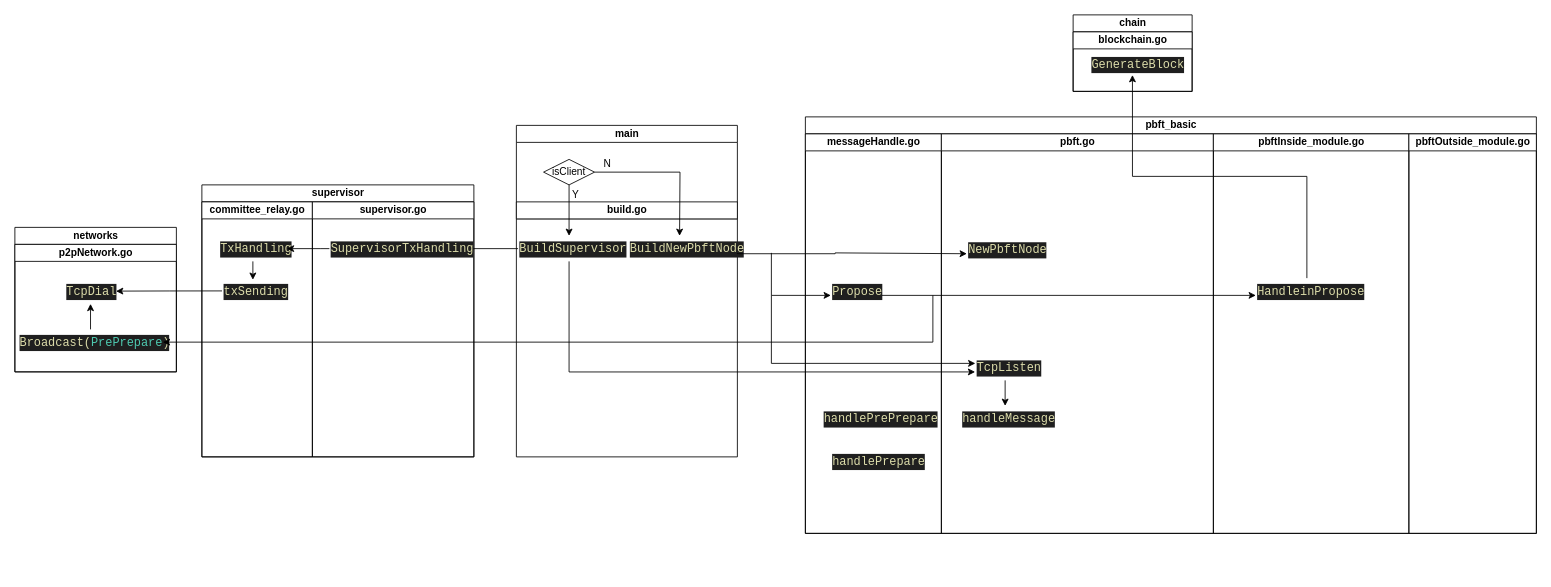
Above: page "第 2 页" (2 of 2) of consensus_shard/pbft_basic/未命名绘图.drawio in liaoliao365/block-emulator (draw.io), before the change. Source tidied: cells renumbered, new cells numbered last; positions are measured from the earlier drawing's top-left corner, leaving out a move shared by most shapes. Both pictures are drawn from the tidied source at 85%, with x=0, y=0 at pixel (14, 14).
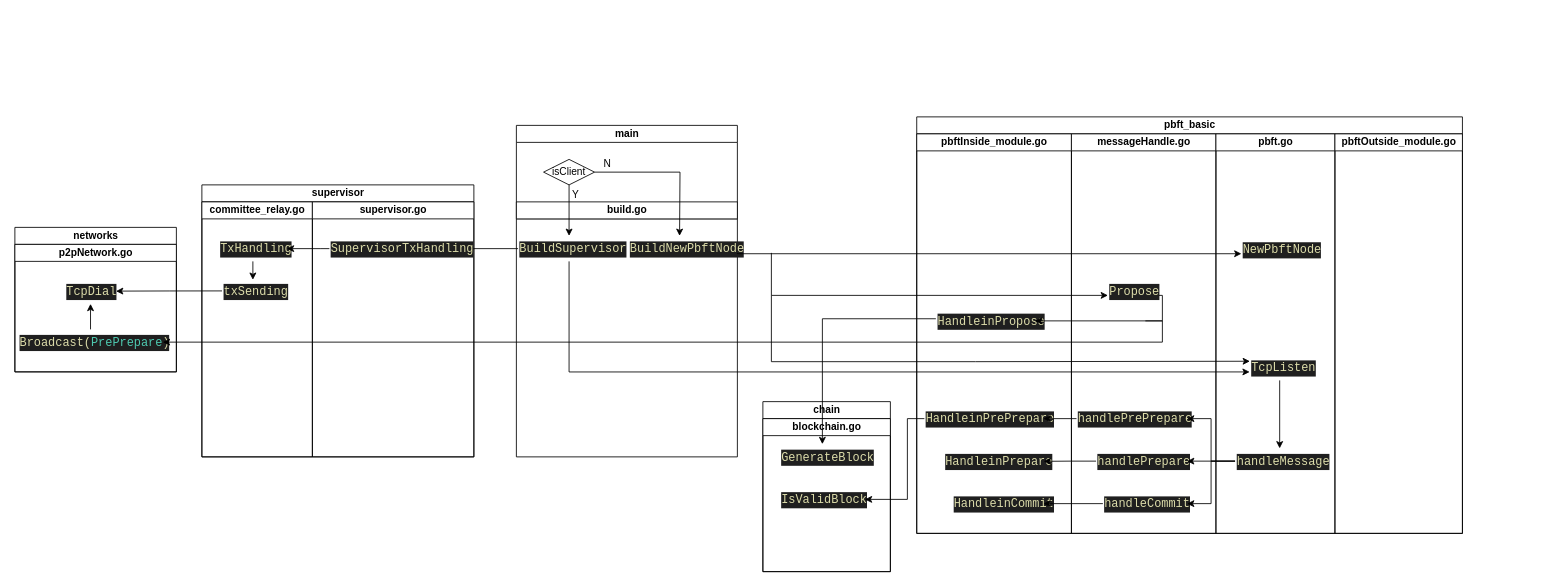
After the change.

Commit message:
更新未命名绘图.drawio

The change refers to these unchanged cells:
```xml
<mxCell id="18" value="&lt;div style=&quot;color: #cccccc;background-color: #1f1f1f;font-family: Consolas, 'Courier New', monospace;font-weight: normal;font-size: 14px;line-height: 19px;white-space: pre;&quot;&gt;&lt;div&gt;&lt;span style=&quot;color: #dcdcaa;&quot;&gt;NewPbftNode&lt;/span&gt;&lt;/div&gt;&lt;/div&gt;" style="text;whiteSpace=wrap;html=1;" parent="17" vertex="1">
  <mxGeometry x="30" y="121" width="120" height="40" as="geometry" />
</mxCell>
<mxCell id="20" value="&lt;div style=&quot;color: #cccccc;background-color: #1f1f1f;font-family: Consolas, 'Courier New', monospace;font-weight: normal;font-size: 14px;line-height: 19px;white-space: pre;&quot;&gt;&lt;div&gt;&lt;span style=&quot;color: #dcdcaa;&quot;&gt;TcpListen&lt;/span&gt;&lt;/div&gt;&lt;/div&gt;" style="text;whiteSpace=wrap;html=1;" parent="17" vertex="1">
  <mxGeometry x="40" y="260" width="70" height="30" as="geometry" />
</mxCell>
<mxCell id="47" value="&lt;div style=&quot;color: #cccccc;background-color: #1f1f1f;font-family: Consolas, 'Courier New', monospace;font-weight: normal;font-size: 14px;line-height: 19px;white-space: pre;&quot;&gt;&lt;div&gt;&lt;span style=&quot;color: #dcdcaa;&quot;&gt;Broadcast(&lt;/span&gt;&lt;span style=&quot;color: rgb(78, 201, 176);&quot;&gt;PrePrepare&lt;/span&gt;&lt;span style=&quot;color: rgb(220, 220, 170);&quot;&gt;)&lt;/span&gt;&lt;/div&gt;&lt;/div&gt;" style="text;whiteSpace=wrap;html=1;" parent="44" vertex="1">
  <mxGeometry x="4" y="100" width="170" height="20" as="geometry" />
</mxCell>
```

Change to the diagram source:
```diff
@@
     <mxCell id="11" style="edgeStyle=orthogonalEdgeStyle;rounded=0;jettySize=auto;html=1;exitX=1;exitY=0.5;exitDx=0;exitDy=0;entryX=0;entryY=0.5;entryDx=0;entryDy=0;" parent="1" edge="1" target="18">
       <mxGeometry relative="1" as="geometry">
         <mxPoint x="850" y="280" as="sourcePoint" />
         <Array as="points">
           <mxPoint x="850" y="281" />
-          <mxPoint x="965" y="281" />
-          <mxPoint x="1080" y="280" />
         </Array>
       </mxGeometry>
     </mxCell>
     <mxCell id="12" value="pbft_basic" style="swimlane;startSize=20;html=1;" parent="1" vertex="1">
-      <mxGeometry x="930" y="120" width="860" height="490" as="geometry" />
+      <mxGeometry x="1061" y="120" width="642" height="490" as="geometry" />
     </mxCell>
+    <mxCell id="23" value="pbftInside_module.go" style="swimlane;startSize=20;html=1;" parent="12" vertex="1">
+      <mxGeometry y="20" width="182" height="470" as="geometry" />
+    </mxCell>
+    <mxCell id="24" value="&lt;div style=&quot;color: #cccccc;background-color: #1f1f1f;font-family: Consolas, 'Courier New', monospace;font-weight: normal;font-size: 14px;line-height: 19px;white-space: pre;&quot;&gt;&lt;div&gt;&lt;span style=&quot;color: #dcdcaa;&quot;&gt;HandleinPropose&lt;/span&gt;&lt;/div&gt;&lt;/div&gt;" style="text;whiteSpace=wrap;html=1;" parent="23" vertex="1">
+      <mxGeometry x="22.5" y="205" width="117.5" height="25" as="geometry" />
+    </mxCell>
+    <mxCell id="50" value="&lt;div style=&quot;color: #cccccc;background-color: #1f1f1f;font-family: Consolas, 'Courier New', monospace;font-weight: normal;font-size: 14px;line-height: 19px;white-space: pre;&quot;&gt;&lt;div&gt;&lt;span style=&quot;color: #dcdcaa;&quot;&gt;HandleinPrePrepare&lt;/span&gt;&lt;/div&gt;&lt;/div&gt;" style="text;whiteSpace=wrap;html=1;" parent="23" vertex="1">
+      <mxGeometry x="9" y="320" width="141" height="30" as="geometry" />
+    </mxCell>
+    <mxCell id="51" value="&lt;div style=&quot;color: #cccccc;background-color: #1f1f1f;font-family: Consolas, 'Courier New', monospace;font-weight: normal;font-size: 14px;line-height: 19px;white-space: pre;&quot;&gt;&lt;div&gt;&lt;span style=&quot;color: #dcdcaa;&quot;&gt;HandleinPrepare&lt;/span&gt;&lt;/div&gt;&lt;/div&gt;" style="text;whiteSpace=wrap;html=1;" parent="23" vertex="1">
+      <mxGeometry x="32" y="370" width="118" height="40" as="geometry" />
+    </mxCell>
+    <mxCell id="52" value="&lt;div style=&quot;color: #cccccc;background-color: #1f1f1f;font-family: Consolas, 'Courier New', monospace;font-weight: normal;font-size: 14px;line-height: 19px;white-space: pre;&quot;&gt;&lt;div&gt;&lt;span style=&quot;color: #dcdcaa;&quot;&gt;HandleinCommit&lt;/span&gt;&lt;/div&gt;&lt;/div&gt;" style="text;whiteSpace=wrap;html=1;" parent="23" vertex="1">
+      <mxGeometry x="42" y="420" width="108" height="40" as="geometry" />
+    </mxCell>
     <mxCell id="13" value="messageHandle.go" style="swimlane;startSize=20;html=1;" parent="12" vertex="1">
-      <mxGeometry y="20" width="160" height="470" as="geometry" />
+      <mxGeometry x="182" y="20" width="170" height="470" as="geometry" />
     </mxCell>
     <mxCell id="14" value="&lt;div style=&quot;color: #cccccc;background-color: #1f1f1f;font-family: Consolas, 'Courier New', monospace;font-weight: normal;font-size: 14px;line-height: 19px;white-space: pre;&quot;&gt;&lt;div&gt;&lt;span style=&quot;color: #dcdcaa;&quot;&gt;Propose&lt;/span&gt;&lt;/div&gt;&lt;/div&gt;" style="text;whiteSpace=wrap;html=1;" parent="13" vertex="1">
-      <mxGeometry x="30" y="170" width="60" height="40" as="geometry" />
+      <mxGeometry x="43" y="170" width="60" height="40" as="geometry" />
     </mxCell>
     <mxCell id="15" value="&lt;div style=&quot;color: #cccccc;background-color: #1f1f1f;font-family: Consolas, 'Courier New', monospace;font-weight: normal;font-size: 14px;line-height: 19px;white-space: pre;&quot;&gt;&lt;div&gt;&lt;span style=&quot;color: #dcdcaa;&quot;&gt;handlePrePrepare&lt;/span&gt;&lt;/div&gt;&lt;/div&gt;" style="text;whiteSpace=wrap;html=1;" parent="13" vertex="1">
-      <mxGeometry x="20" y="320" width="160" height="40" as="geometry" />
+      <mxGeometry x="6" y="320" width="130" height="30" as="geometry" />
     </mxCell>
     <mxCell id="16" value="&lt;div style=&quot;color: #cccccc;background-color: #1f1f1f;font-family: Consolas, 'Courier New', monospace;font-weight: normal;font-size: 14px;line-height: 19px;white-space: pre;&quot;&gt;&lt;div&gt;&lt;span style=&quot;color: #dcdcaa;&quot;&gt;handlePrepare&lt;/span&gt;&lt;/div&gt;&lt;/div&gt;" style="text;whiteSpace=wrap;html=1;" parent="13" vertex="1">
-      <mxGeometry x="30" y="370" width="130" height="40" as="geometry" />
+      <mxGeometry x="29" y="370" width="107" height="30" as="geometry" />
     </mxCell>
+    <mxCell id="53" value="&lt;div style=&quot;color: #cccccc;background-color: #1f1f1f;font-family: Consolas, 'Courier New', monospace;font-weight: normal;font-size: 14px;line-height: 19px;white-space: pre;&quot;&gt;&lt;div&gt;&lt;span style=&quot;color: #dcdcaa;&quot;&gt;handleCommit&lt;/span&gt;&lt;/div&gt;&lt;/div&gt;" style="text;whiteSpace=wrap;html=1;" parent="13" vertex="1">
+      <mxGeometry x="37" y="420" width="99" height="30" as="geometry" />
+    </mxCell>
     <mxCell id="17" value="pbft.go" style="swimlane;startSize=20;html=1;" parent="12" vertex="1">
-      <mxGeometry x="160" y="20" width="320" height="470" as="geometry" />
+      <mxGeometry x="352" y="20" width="140" height="470" as="geometry" />
     </mxCell>
@@
     <mxCell id="21" value="&lt;div style=&quot;color: #cccccc;background-color: #1f1f1f;font-family: Consolas, 'Courier New', monospace;font-weight: normal;font-size: 14px;line-height: 19px;white-space: pre;&quot;&gt;&lt;div&gt;&lt;span style=&quot;color: #dcdcaa;&quot;&gt;handleMessage&lt;/span&gt;&lt;/div&gt;&lt;/div&gt;" style="text;whiteSpace=wrap;html=1;" parent="17" vertex="1">
-      <mxGeometry x="22.5" y="320" width="105" height="30" as="geometry" />
+      <mxGeometry x="22.5" y="370" width="105" height="30" as="geometry" />
     </mxCell>
@@
-    <mxCell id="23" value="pbftInside_module.go" style="swimlane;startSize=20;html=1;" parent="12" vertex="1">
-      <mxGeometry x="480" y="20" width="230" height="470" as="geometry" />
-    </mxCell>
-    <mxCell id="24" value="&lt;div style=&quot;color: #cccccc;background-color: #1f1f1f;font-family: Consolas, 'Courier New', monospace;font-weight: normal;font-size: 14px;line-height: 19px;white-space: pre;&quot;&gt;&lt;div&gt;&lt;span style=&quot;color: #dcdcaa;&quot;&gt;HandleinPropose&lt;/span&gt;&lt;/div&gt;&lt;/div&gt;" style="text;whiteSpace=wrap;html=1;" parent="23" vertex="1">
-      <mxGeometry x="50" y="170" width="150" height="40" as="geometry" />
-    </mxCell>
     <mxCell id="25" value="pbftOutside_module.go" style="swimlane;startSize=20;html=1;" parent="12" vertex="1">
-      <mxGeometry x="710" y="20" width="150" height="470" as="geometry" />
+      <mxGeometry x="492" y="20" width="150" height="470" as="geometry" />
     </mxCell>
-    <mxCell id="26" style="edgeStyle=orthogonalEdgeStyle;rounded=0;jettySize=auto;html=1;exitX=1;exitY=0.5;exitDx=0;exitDy=0;entryX=0;entryY=0.5;entryDx=0;entryDy=0;" parent="12" edge="1" source="14" target="24">
-      <mxGeometry relative="1" as="geometry" />
+    <mxCell id="26" style="edgeStyle=orthogonalEdgeStyle;rounded=0;jettySize=auto;html=1;" parent="12" edge="1" source="14">
+      <mxGeometry relative="1" as="geometry">
+        <mxPoint x="139" y="240" as="targetPoint" />
+        <Array as="points">
+          <mxPoint x="289" y="210" />
+          <mxPoint x="289" y="240" />
+        </Array>
+      </mxGeometry>
     </mxCell>
+    <mxCell id="54" style="edgeStyle=orthogonalEdgeStyle;rounded=0;jettySize=auto;html=1;exitX=0;exitY=0.5;exitDx=0;exitDy=0;entryX=1;entryY=0.5;entryDx=0;entryDy=0;" parent="12" edge="1" source="21" target="15">
+      <mxGeometry relative="1" as="geometry" />
+    </mxCell>
+    <mxCell id="55" style="edgeStyle=orthogonalEdgeStyle;rounded=0;jettySize=auto;html=1;exitX=0;exitY=0.5;exitDx=0;exitDy=0;entryX=1;entryY=0.5;entryDx=0;entryDy=0;" parent="12" edge="1" source="21" target="16">
+      <mxGeometry relative="1" as="geometry" />
+    </mxCell>
+    <mxCell id="56" style="edgeStyle=orthogonalEdgeStyle;rounded=0;jettySize=auto;html=1;entryX=1;entryY=0.5;entryDx=0;entryDy=0;" parent="12" edge="1" source="21" target="53">
+      <mxGeometry relative="1" as="geometry" />
+    </mxCell>
+    <mxCell id="57" style="edgeStyle=orthogonalEdgeStyle;rounded=0;jettySize=auto;html=1;exitX=0;exitY=0.5;exitDx=0;exitDy=0;" parent="12" edge="1" source="15">
+      <mxGeometry relative="1" as="geometry">
+        <mxPoint x="149" y="355" as="targetPoint" />
+      </mxGeometry>
+    </mxCell>
+    <mxCell id="58" style="edgeStyle=orthogonalEdgeStyle;rounded=0;jettySize=auto;html=1;entryX=0.995;entryY=0.381;entryDx=0;entryDy=0;entryPerimeter=0;" parent="12" edge="1" source="16" target="51">
+      <mxGeometry relative="1" as="geometry" />
+    </mxCell>
+    <mxCell id="59" style="edgeStyle=orthogonalEdgeStyle;rounded=0;jettySize=auto;html=1;entryX=0.991;entryY=0.375;entryDx=0;entryDy=0;entryPerimeter=0;" parent="12" edge="1" source="53" target="52">
+      <mxGeometry relative="1" as="geometry" />
+    </mxCell>
@@
     <mxCell id="28" value="chain" style="swimlane;startSize=20;html=1;" parent="1" vertex="1">
-      <mxGeometry x="1245" width="140" height="90" as="geometry" />
+      <mxGeometry x="880" y="455" width="150" height="200" as="geometry" />
     </mxCell>
     <mxCell id="29" value="blockchain.go" style="swimlane;startSize=20;html=1;" parent="28" vertex="1">
-      <mxGeometry y="20" width="140" height="70" as="geometry" />
+      <mxGeometry y="20" width="150" height="180" as="geometry" />
     </mxCell>
     <mxCell id="30" value="&lt;div style=&quot;color: #cccccc;background-color: #1f1f1f;font-family: Consolas, 'Courier New', monospace;font-weight: normal;font-size: 14px;line-height: 19px;white-space: pre;&quot;&gt;&lt;div&gt;&lt;span style=&quot;color: #dcdcaa;&quot;&gt;GenerateBlock&lt;/span&gt;&lt;/div&gt;&lt;/div&gt;" style="text;whiteSpace=wrap;html=1;" parent="29" vertex="1">
-      <mxGeometry x="20" y="22.5" width="130" height="27.5" as="geometry" />
+      <mxGeometry x="20" y="30" width="100" height="20" as="geometry" />
     </mxCell>
+    <mxCell id="60" value="&lt;div style=&quot;color: #cccccc;background-color: #1f1f1f;font-family: Consolas, 'Courier New', monospace;font-weight: normal;font-size: 14px;line-height: 19px;white-space: pre;&quot;&gt;&lt;div&gt;&lt;span style=&quot;color: #dcdcaa;&quot;&gt;IsValidBlock&lt;/span&gt;&lt;/div&gt;&lt;/div&gt;" style="text;whiteSpace=wrap;html=1;" parent="29" vertex="1">
+      <mxGeometry x="20" y="80" width="100" height="30" as="geometry" />
+    </mxCell>
-    <mxCell id="31" style="edgeStyle=orthogonalEdgeStyle;rounded=0;jettySize=auto;html=1;entryX=0.383;entryY=1.026;entryDx=0;entryDy=0;entryPerimeter=0;exitX=0.4;exitY=-0.007;exitDx=0;exitDy=0;exitPerimeter=0;" parent="1" edge="1" source="24" target="30">
+    <mxCell id="31" style="edgeStyle=orthogonalEdgeStyle;rounded=0;jettySize=auto;html=1;" parent="1" edge="1" source="24" target="30">
       <mxGeometry relative="1" as="geometry" />
     </mxCell>
-    <mxCell id="32" style="edgeStyle=orthogonalEdgeStyle;rounded=0;orthogonalLoop=1;jettySize=auto;html=1;" parent="1" edge="1">
+    <mxCell id="32" style="edgeStyle=orthogonalEdgeStyle;rounded=0;jettySize=auto;html=1;entryX=0;entryY=0.25;entryDx=0;entryDy=0;" parent="1" edge="1" target="20">
       <mxGeometry relative="1" as="geometry">
         <mxPoint x="890" y="330" as="sourcePoint" />
-        <mxPoint x="1130" y="410" as="targetPoint" />
         <Array as="points">
-          <mxPoint x="890" y="410" />
-          <mxPoint x="1130" y="410" />
+          <mxPoint x="890" y="408" />
+          <mxPoint x="1130" y="408" />
         </Array>
       </mxGeometry>
     </mxCell>
@@
     <mxCell id="49" style="edgeStyle=orthogonalEdgeStyle;rounded=0;jettySize=auto;html=1;entryX=1;entryY=0.75;entryDx=0;entryDy=0;" parent="1" edge="1" target="47">
       <mxGeometry relative="1" as="geometry">
-        <mxPoint x="1080" y="330" as="sourcePoint" />
+        <mxPoint x="1330" y="360" as="sourcePoint" />
         <Array as="points">
-          <mxPoint x="1080" y="385" />
+          <mxPoint x="1350" y="360" />
+          <mxPoint x="1350" y="385" />
         </Array>
       </mxGeometry>
     </mxCell>
+    <mxCell id="61" style="edgeStyle=orthogonalEdgeStyle;rounded=0;jettySize=auto;html=1;entryX=1;entryY=0.5;entryDx=0;entryDy=0;exitX=0;exitY=0.5;exitDx=0;exitDy=0;" parent="1" edge="1" source="50" target="60">
+      <mxGeometry relative="1" as="geometry">
+        <Array as="points">
+          <mxPoint x="1050" y="475" />
+          <mxPoint x="1050" y="570" />
+        </Array>
+      </mxGeometry>
+    </mxCell>
```
